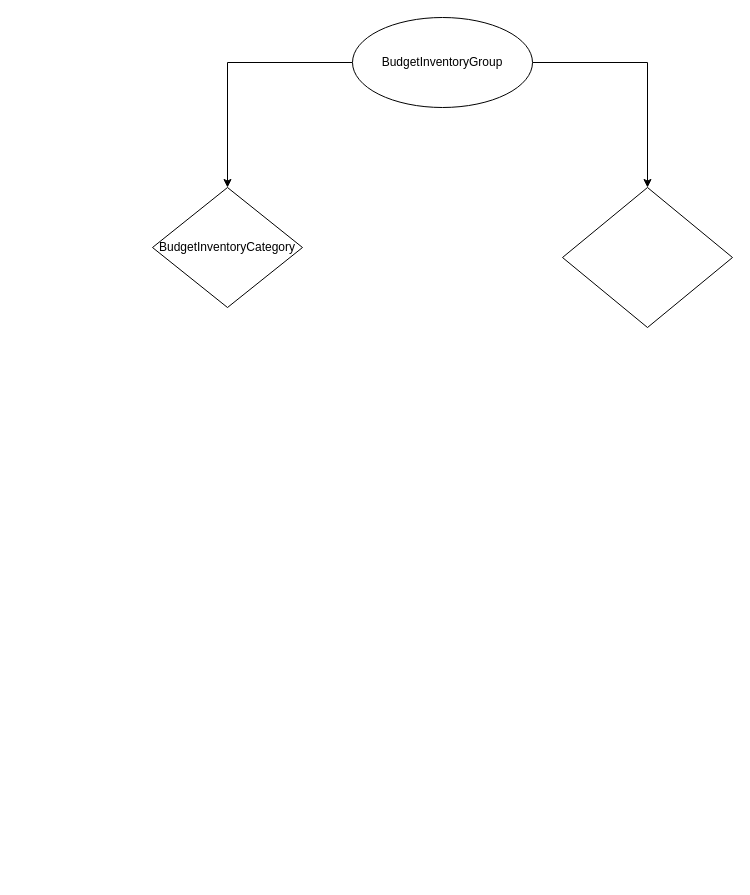
The draw.io diagram Başlıksız Diyagram.drawio in Kadirayd/Karatas1, before the edit. Source tidied: cells renumbered, new cells numbered last; positions are measured from the earlier drawing's top-left corner, leaving out a move shared by most shapes. Both pictures are drawn from the tidied source at 100%, with x=0, y=0 at pixel (152, 17).
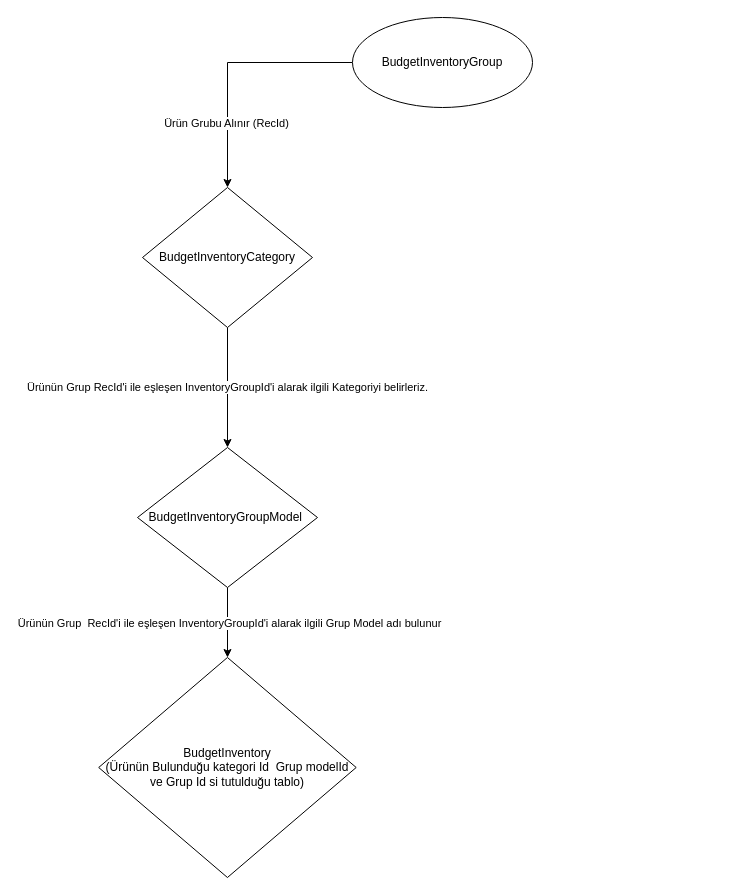
The same diagram, later.

The edit, as a diff of the source:
```diff
@@
 <mxGraphModel>
   <root>
     <mxCell id="0" />
     <mxCell id="1" parent="0" />
     <mxCell id="2" style="edgeStyle=orthogonalEdgeStyle;rounded=0;jettySize=auto;html=1;" parent="1" edge="1" source="4" target="5">
       <mxGeometry relative="1" as="geometry" />
     </mxCell>
-    <mxCell id="3" style="edgeStyle=orthogonalEdgeStyle;rounded=0;jettySize=auto;html=1;" parent="1" edge="1" source="4" target="6">
-      <mxGeometry relative="1" as="geometry" />
-    </mxCell>
+    <mxCell id="9" value="Ürün Grubu Alınır (RecId)" style="edgeLabel;html=1;align=center;verticalAlign=middle;" parent="2" vertex="1">
+      <mxGeometry x="0.48" y="-2" relative="1" as="geometry" />
+    </mxCell>
     <mxCell id="4" value="BudgetInventoryGroup" style="ellipse;whiteSpace=wrap;html=1;direction=west;" parent="1" vertex="1">
       <mxGeometry x="200" width="180" height="90" as="geometry" />
     </mxCell>
+    <mxCell id="10" style="edgeStyle=orthogonalEdgeStyle;rounded=0;jettySize=auto;html=1;exitX=0.5;exitY=1;exitDx=0;exitDy=0;entryX=0.5;entryY=0;entryDx=0;entryDy=0;" parent="1" edge="1" source="5" target="6">
+      <mxGeometry relative="1" as="geometry" />
+    </mxCell>
+    <mxCell id="11" value="Ürünün Grup RecId'i ile eşleşen InventoryGroupId'i alarak ilgili Kategoriyi belirleriz." style="edgeLabel;html=1;align=center;verticalAlign=middle;" parent="10" vertex="1">
+      <mxGeometry x="-0.02" y="-1" relative="1" as="geometry" />
+    </mxCell>
     <mxCell id="5" value="BudgetInventoryCategory" style="rhombus;whiteSpace=wrap;html=1;direction=east;" parent="1" vertex="1">
-      <mxGeometry y="170" width="150" height="120" as="geometry" />
+      <mxGeometry x="-10" y="170" width="170" height="140" as="geometry" />
     </mxCell>
+    <mxCell id="12" style="edgeStyle=orthogonalEdgeStyle;rounded=0;jettySize=auto;html=1;" parent="1" edge="1" source="6" target="14">
+      <mxGeometry relative="1" as="geometry" />
+    </mxCell>
+    <mxCell id="13" value="Ürünün Grup&amp;nbsp; RecId'i ile eşleşen InventoryGroupId'i alarak ilgili Grup Model adı bulunur" style="edgeLabel;html=1;align=center;verticalAlign=middle;" parent="12" vertex="1">
+      <mxGeometry y="1" relative="1" as="geometry" />
+    </mxCell>
-    <mxCell id="6" style="rhombus;whiteSpace=wrap;html=1;" parent="1" vertex="1">
-      <mxGeometry x="410" y="170" width="170" height="140" as="geometry" />
+    <mxCell id="6" value="BudgetInventoryGroupModel&amp;nbsp;" style="rhombus;whiteSpace=wrap;html=1;" parent="1" vertex="1">
+      <mxGeometry x="-15" y="430" width="180" height="140" as="geometry" />
     </mxCell>
     <mxCell id="7" style="edgeStyle=orthogonalEdgeStyle;rounded=0;orthogonalLoop=1;jettySize=auto;html=1;exitX=0.5;exitY=1;exitDx=0;exitDy=0;" parent="1" edge="1" source="6" target="6">
       <mxGeometry relative="1" as="geometry" />
     </mxCell>
     <mxCell id="8" style="edgeStyle=orthogonalEdgeStyle;rounded=0;orthogonalLoop=1;jettySize=auto;html=1;exitX=0.5;exitY=1;exitDx=0;exitDy=0;" parent="1" edge="1" source="6" target="6">
       <mxGeometry relative="1" as="geometry" />
     </mxCell>
+    <mxCell id="14" value="BudgetInventory&lt;br&gt;(Ürünün Bulunduğu kategori Id&amp;nbsp; Grup modelId ve Grup Id si tutulduğu tablo)" style="rhombus;whiteSpace=wrap;html=1;direction=south;" parent="1" vertex="1">
+      <mxGeometry x="-53.8" y="640" width="257.5" height="220" as="geometry" />
+    </mxCell>
   </root>
 </mxGraphModel>
```
